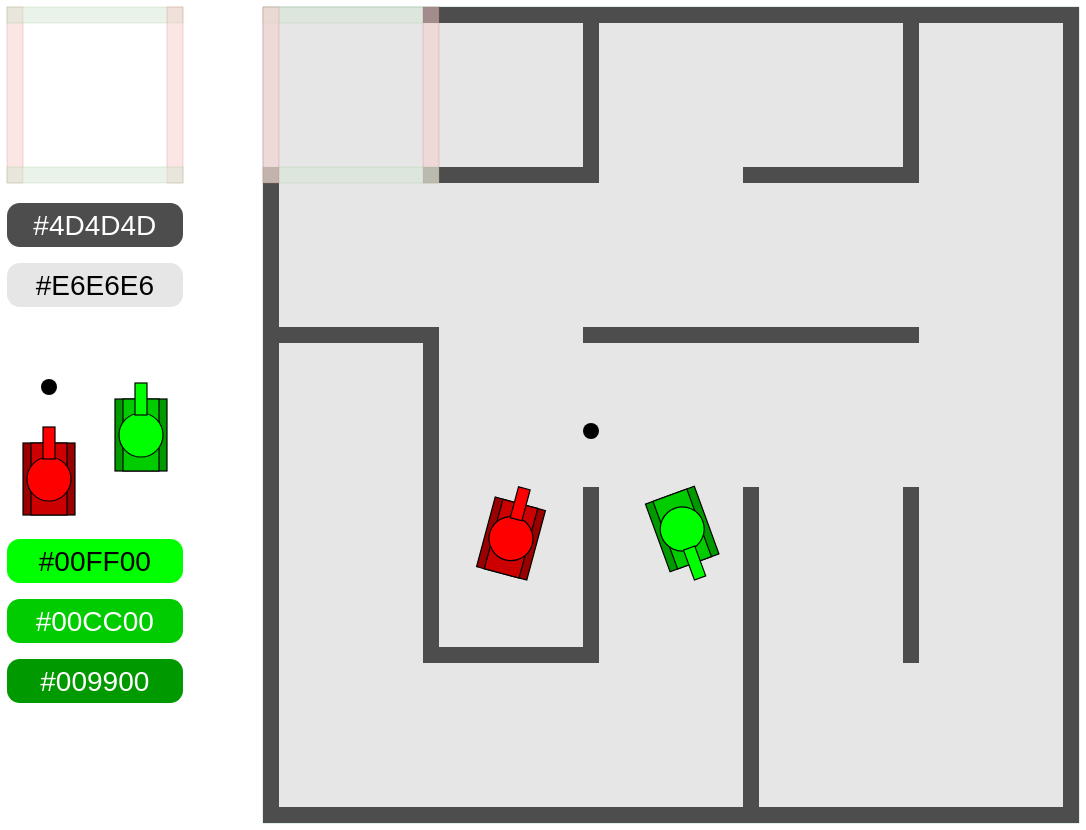
The draw.io diagram assets/theme.drawio in Lander-Hatsune/simple-tank, before the edit. Source tidied: cells renumbered, new cells numbered last; positions are measured from the earlier drawing's top-left corner, leaving out a move shared by most shapes. Both pictures are drawn from the tidied source at 40%, with x=0, y=0 at pixel (7, 7).
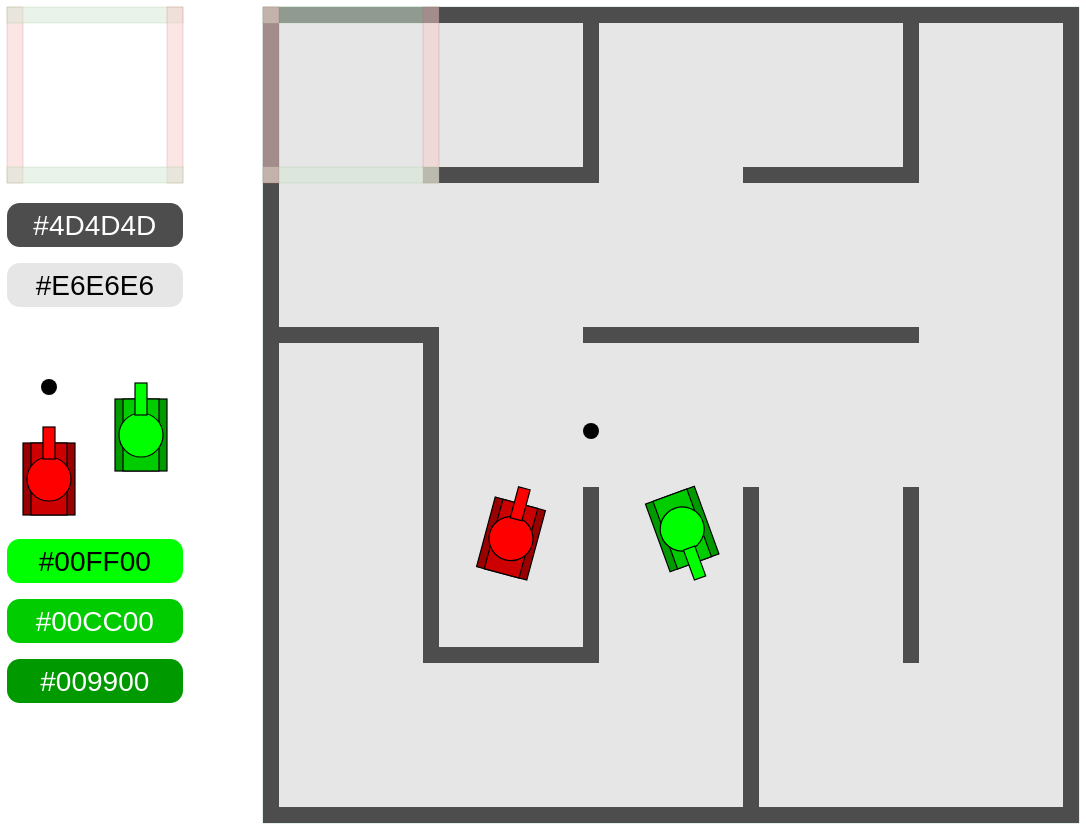
The same diagram, later.

Commit message (it also covers changes not shown here):
adjust theme map

The edit, as a diff of the source:
```diff
@@
+    <mxCell id="70" style="rounded=0;whiteSpace=wrap;html=1;fillColor=#4d4d4d;strokeColor=none;" parent="1" vertex="1">
+      <mxGeometry x="640" width="40" height="440" as="geometry" />
+    </mxCell>
+    <mxCell id="71" style="rounded=0;whiteSpace=wrap;html=1;fillColor=#4d4d4d;strokeColor=none;" parent="1" vertex="1">
+      <mxGeometry x="640" width="440" height="40" as="geometry" />
+    </mxCell>
```
